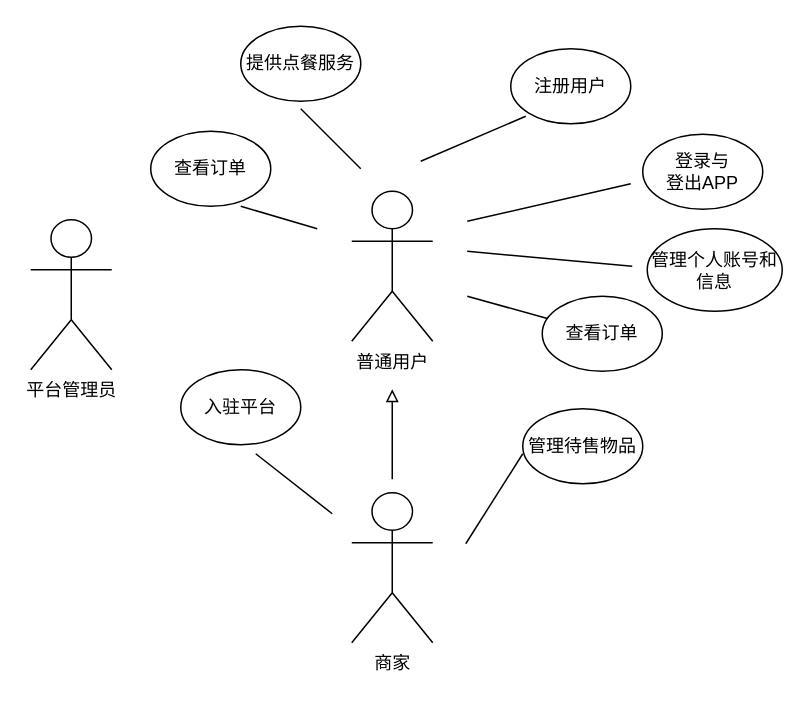
Before: UML/宏观用例图.drawio in erdenezaya123/eleba-update, a draw.io diagram. Source tidied: cells renumbered, new cells numbered last; positions are measured from the earlier drawing's top-left corner, leaving out a move shared by most shapes. Both pictures are drawn from the tidied source at 150%, with x=0, y=0 at pixel (30, 26).
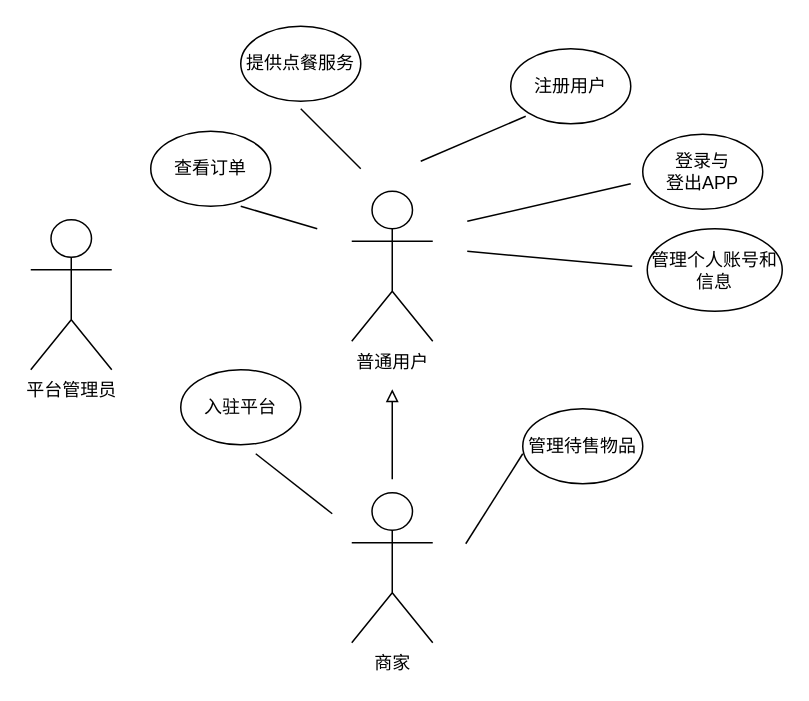
Above is the later version.

What changed in the source:
```diff
@@
-    <mxCell id="9" value="查看订单" style="ellipse;whiteSpace=wrap;html=1;" parent="1" vertex="1">
-      <mxGeometry x="341" y="180" width="80" height="50" as="geometry" />
-    </mxCell>
@@
-    <mxCell id="13" style="endArrow=none;html=1;rounded=0;" parent="1" edge="1" target="9">
-      <mxGeometry relative="1" as="geometry">
-        <mxPoint x="291" y="180" as="sourcePoint" />
-      </mxGeometry>
-    </mxCell>
```
